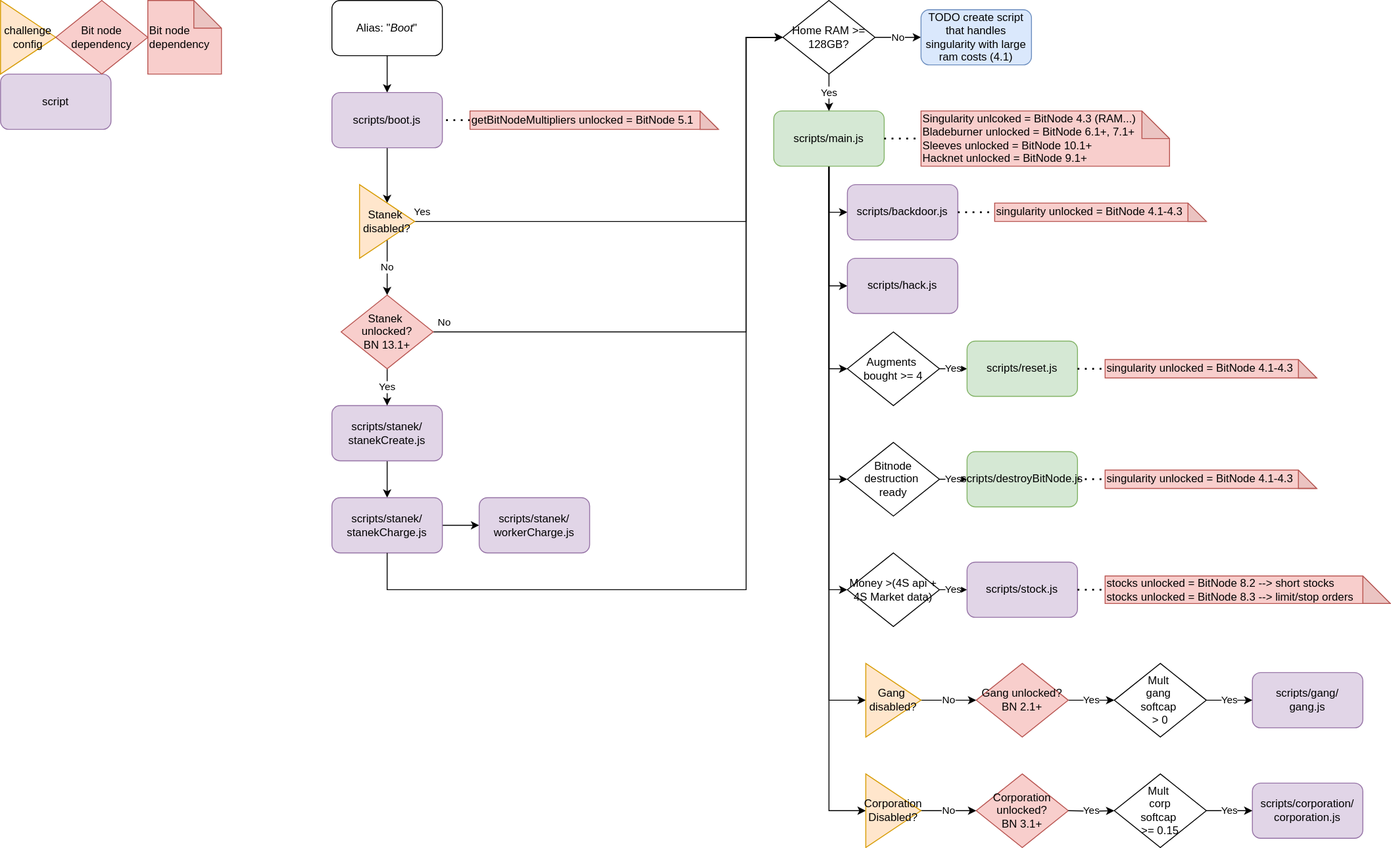
InfernoIV/bitburner-scripts keeps this draw.io diagram as diagrams/Script sequence.svg. Above is the earlier version. Source tidied: cells renumbered, new cells last; positions are measured from the earlier drawing's top-left corner, leaving out a move shared by most shapes.
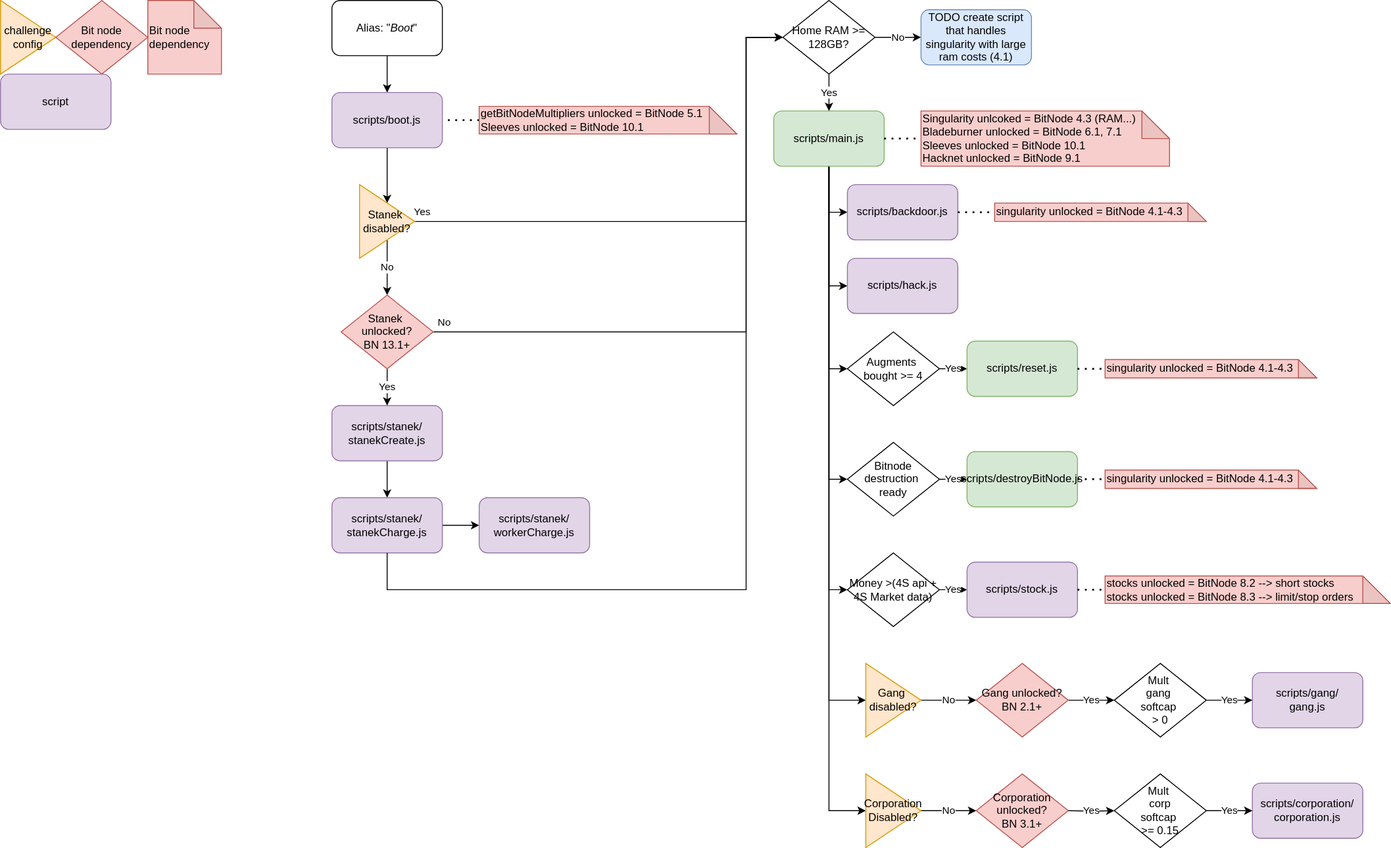
The same diagram one commit later.

Change to the diagram source:
```diff
@@ -167,7 +167,7 @@
     <mxCell id="48" style="endArrow=none;dashed=1;html=1;dashPattern=1 3;strokeWidth=2;rounded=0;exitX=1;exitY=0.5;exitDx=0;exitDy=0;entryX=0;entryY=0.5;entryDx=0;entryDy=0;entryPerimeter=0;" parent="1" edge="1" source="15" target="49">
       <mxGeometry relative="1" as="geometry" />
     </mxCell>
-    <mxCell id="49" value="&lt;div&gt;Singularity unlcoked = BitNode 4.3 (RAM...)&lt;br&gt;&lt;/div&gt;&lt;div&gt;Bladeburner unlocked = BitNode 6.1+, 7.1+&lt;br&gt;&lt;/div&gt;&lt;div&gt;Sleeves unlocked = BitNode 10.1+&lt;/div&gt;&lt;div&gt;Hacknet unlocked = BitNode 9.1+&lt;br&gt;&lt;/div&gt;" style="shape=note;whiteSpace=wrap;html=1;backgroundOutline=1;darkOpacity=0.05;align=left;fillColor=#f8cecc;strokeColor=#b85450;" parent="1" vertex="1">
+    <mxCell id="49" value="&lt;div&gt;Singularity unlcoked = BitNode 4.3 (RAM...)&lt;br&gt;&lt;/div&gt;&lt;div&gt;Bladeburner unlocked = BitNode 6.1, 7.1&lt;br&gt;&lt;/div&gt;&lt;div&gt;Sleeves unlocked = BitNode 10.1&lt;/div&gt;&lt;div&gt;Hacknet unlocked = BitNode 9.1&lt;br&gt;&lt;/div&gt;" style="shape=note;whiteSpace=wrap;html=1;backgroundOutline=1;darkOpacity=0.05;align=left;fillColor=#f8cecc;strokeColor=#b85450;" parent="1" vertex="1">
       <mxGeometry x="1000" y="120" width="270" height="60" as="geometry" />
     </mxCell>
     <mxCell id="50" value="&lt;div&gt;stocks unlocked = BitNode 8.2 --&amp;gt; short stocks&lt;/div&gt;&lt;div&gt;stocks unlocked = BitNode 8.3 --&amp;gt; limit/stop orders&lt;/div&gt;" style="shape=note;whiteSpace=wrap;html=1;backgroundOutline=1;darkOpacity=0.05;align=left;fillColor=#f8cecc;strokeColor=#b85450;" parent="1" vertex="1">
@@ -188,8 +188,8 @@
     <mxCell id="55" style="endArrow=none;dashed=1;html=1;dashPattern=1 3;strokeWidth=2;rounded=0;entryX=1;entryY=0.5;entryDx=0;entryDy=0;exitX=0;exitY=0.5;exitDx=0;exitDy=0;exitPerimeter=0;" parent="1" edge="1" source="56" target="5">
       <mxGeometry relative="1" as="geometry" />
     </mxCell>
-    <mxCell id="56" value="&lt;div&gt;getBitNodeMultipliers unlocked = BitNode 5.1&lt;br&gt;&lt;/div&gt;" style="shape=note;whiteSpace=wrap;html=1;backgroundOutline=1;darkOpacity=0.05;align=left;fillColor=#f8cecc;strokeColor=#b85450;" parent="1" vertex="1">
-      <mxGeometry x="510" y="120" width="270" height="20" as="geometry" />
+    <mxCell id="56" value="&lt;div&gt;getBitNodeMultipliers unlocked = BitNode 5.1&lt;br&gt;&lt;/div&gt;&lt;div&gt;Sleeves unlocked = BitNode 10.1&lt;br&gt;&lt;/div&gt;" style="shape=note;whiteSpace=wrap;html=1;backgroundOutline=1;darkOpacity=0.05;align=left;fillColor=#f8cecc;strokeColor=#b85450;" parent="1" vertex="1">
+      <mxGeometry x="520" y="115" width="280" height="30" as="geometry" />
     </mxCell>
     <mxCell id="57" value="&lt;div&gt;singularity unlocked = BitNode 4.1-4.3&lt;br&gt;&lt;/div&gt;" style="shape=note;whiteSpace=wrap;html=1;backgroundOutline=1;darkOpacity=0.05;align=left;fillColor=#f8cecc;strokeColor=#b85450;" parent="1" vertex="1">
       <mxGeometry x="1080" y="220" width="230" height="20" as="geometry" />
```
